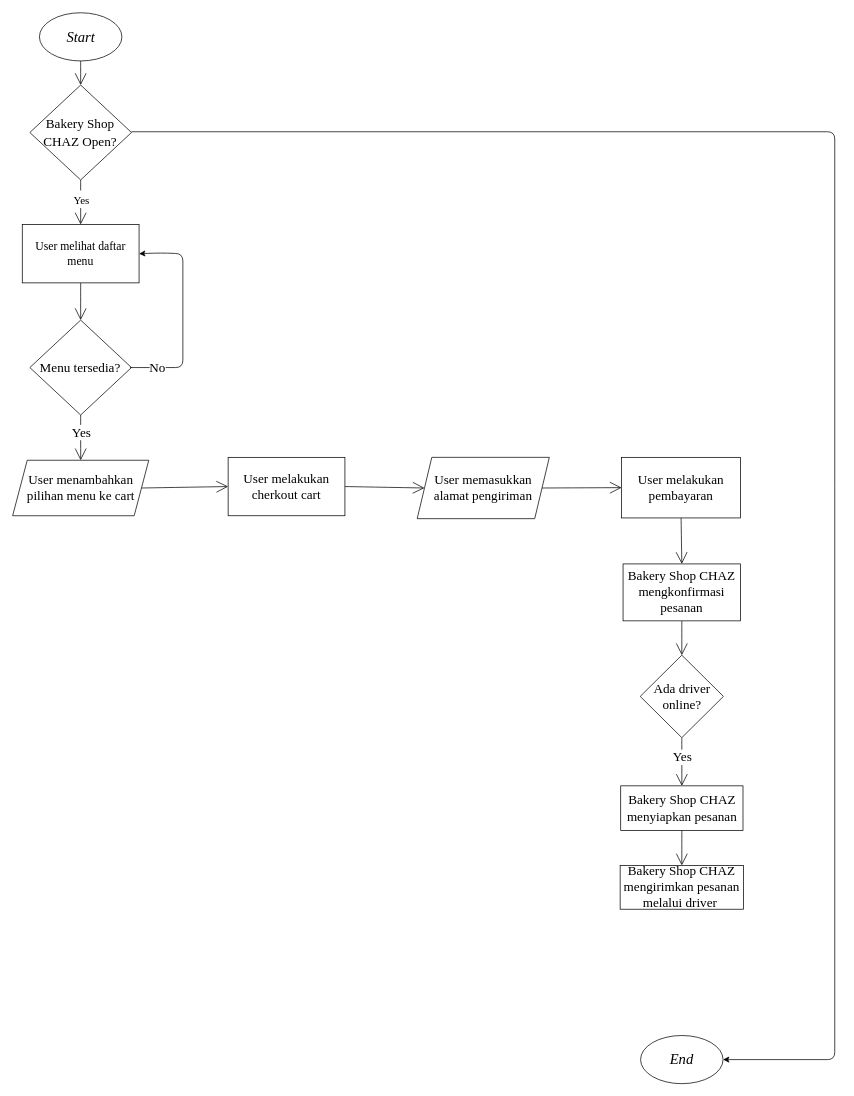
This is flowchart.drawio from cherylazalia/Cheryl_Azalia-BakeryShop, a draw.io file, before an edit. Source tidied: cells renumbered, new cells numbered last; positions are measured from the earlier drawing's top-left corner, leaving out a move shared by most shapes. Both pictures are drawn from the tidied source at 73%, with x=0, y=0 at pixel (12, 12).
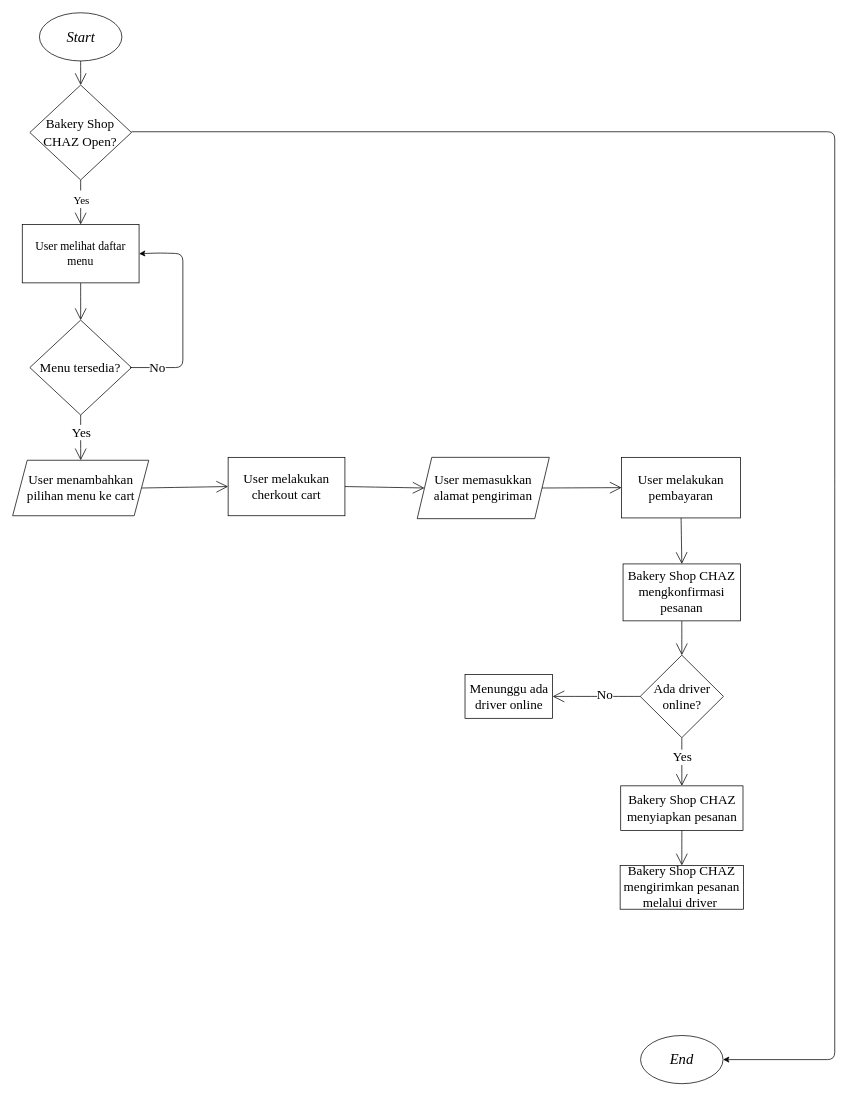
The same diagram, later.

Commit message:
Pengondisian Jika Jawaban Salah

The change refers to these unchanged cells:
```xml
<mxCell id="28" value="Ada driver online?" style="rhombus;whiteSpace=wrap;html=1;sketch=0;hachureGap=4;fontFamily=Times New Roman;fontSize=18;fontColor=default;strokeColor=default;fillColor=default;" parent="1" vertex="1">
  <mxGeometry x="859.5" y="880" width="114" height="113" as="geometry" />
</mxCell>
```

What changed in the source:
```diff
@@
+    <mxCell id="32" style="edgeStyle=none;shape=connector;curved=1;rounded=0;sketch=0;hachureGap=4;html=1;labelBackgroundColor=default;fontFamily=Times New Roman;fontSize=18;fontColor=default;endArrow=open;startSize=14;endSize=14;sourcePerimeterSpacing=8;targetPerimeterSpacing=8;strokeColor=default;entryX=1;entryY=0.5;entryDx=0;entryDy=0;exitX=0;exitY=0.5;exitDx=0;exitDy=0;" parent="1" edge="1" source="28" target="34">
+      <mxGeometry relative="1" as="geometry" />
+    </mxCell>
+    <mxCell id="33" value="No" style="edgeLabel;html=1;align=center;verticalAlign=middle;fontSize=18;fontFamily=Times New Roman;fontColor=default;" parent="32" vertex="1">
+      <mxGeometry x="-0.19" y="-2" relative="1" as="geometry" />
+    </mxCell>
@@
+    <mxCell id="34" value="Menunggu ada driver online" style="whiteSpace=wrap;html=1;sketch=0;hachureGap=4;fontFamily=Times New Roman;fontSize=18;fontColor=default;strokeColor=default;fillColor=default;" parent="1" vertex="1">
+      <mxGeometry x="619.5" y="906.5" width="120" height="60" as="geometry" />
+    </mxCell>
```
